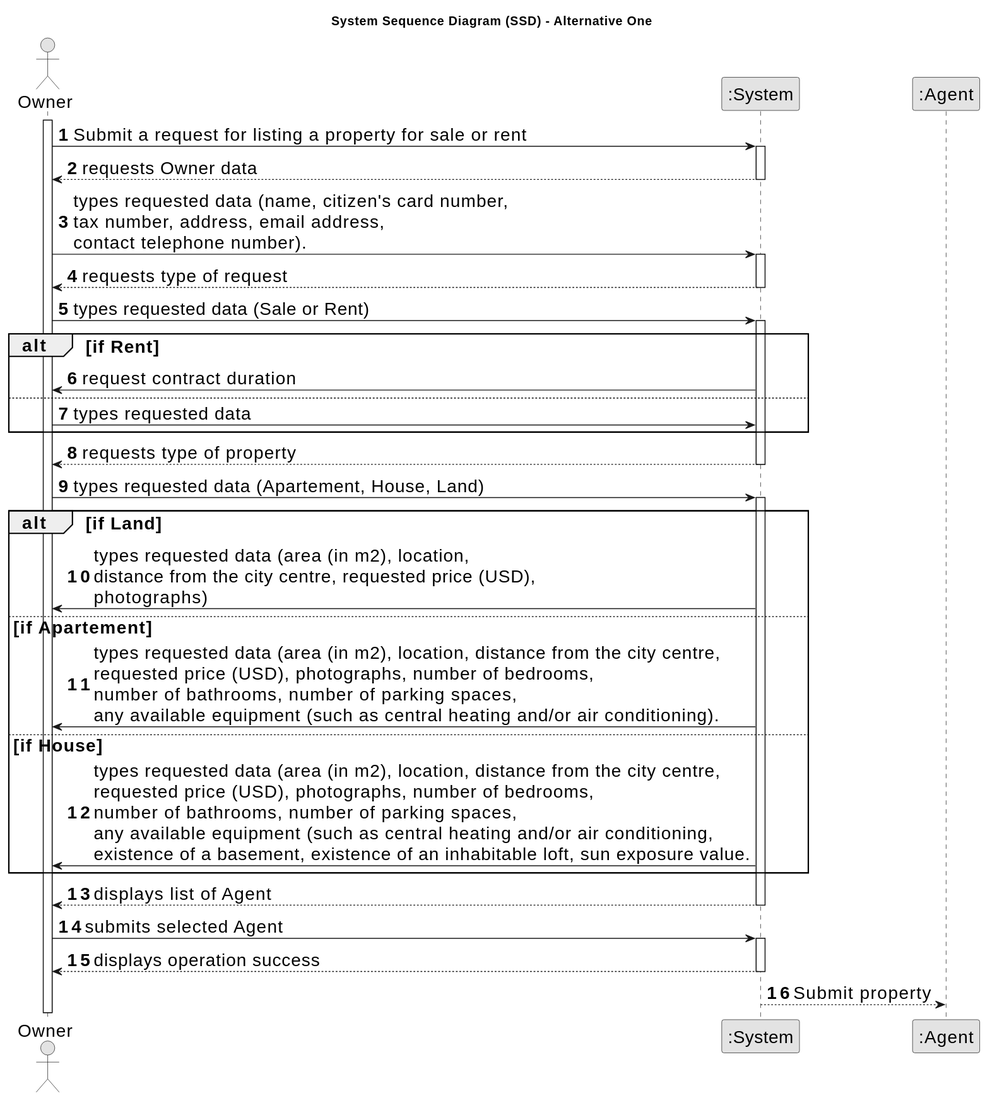
Before: docs/sprintA/us004/01.requirements-engineering/svg/us004-system-sequence-diagram-alternative-one.svg, a diagram exported from PlantUML (Goncalves2525/real-estate-management-system).
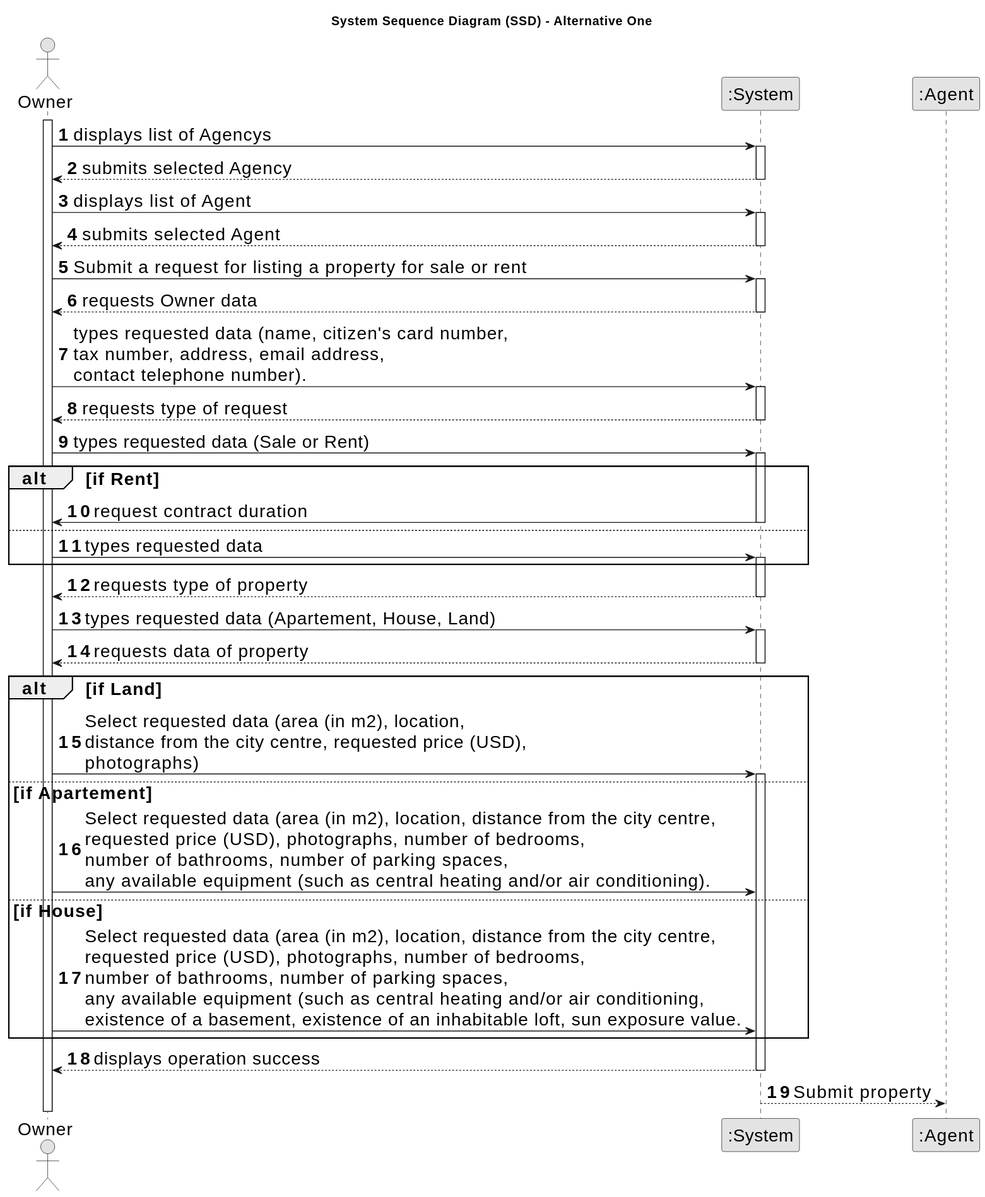
Later version of the same file.

Diff of the diagram source:
```diff
@@ -13,6 +13,18 @@
 participant ":Agent" as Agent
 
 activate Owner
+
+        Owner -> System : displays list of Agencys
+    activate System
+
+        System --> Owner :submits selected Agency
+    deactivate System
+
+        Owner -> System :displays list of Agent
+     activate System
+
+        System --> Owner: submits selected Agent
+     deactivate System
 
         Owner -> System : Submit a request for listing a property for sale or rent
     activate System
@@ -34,8 +46,10 @@
     alt if Rent
 
         System -> Owner: request contract duration
+        deactivate System
     else
         Owner -> System: types requested data
+        activate System
     end
 
         System --> Owner : requests type of property
@@ -44,20 +58,18 @@
         Owner -> System : types requested data (Apartement, House, Land)
     activate System
 
+            System --> Owner : requests data of property
+    deactivate System
+
     alt if Land
 
-        System -> Owner: types requested data (area (in m2), location, \ndistance from the city centre, requested price (USD), \nphotographs)
+        Owner -> System: Select requested data (area (in m2), location, \ndistance from the city centre, requested price (USD), \nphotographs)
+    activate System
     else if Apartement
-        System -> Owner: types requested data (area (in m2), location, distance from the city centre, \nrequested price (USD), photographs, number of bedrooms,\nnumber of bathrooms, number of parking spaces,\nany available equipment (such as central heating and/or air conditioning).
+        Owner -> System: Select requested data (area (in m2), location, distance from the city centre, \nrequested price (USD), photographs, number of bedrooms,\nnumber of bathrooms, number of parking spaces,\nany available equipment (such as central heating and/or air conditioning).
     else if House
-        System -> Owner: types requested data (area (in m2), location, distance from the city centre, \nrequested price (USD), photographs, number of bedrooms,\nnumber of bathrooms, number of parking spaces,\nany available equipment (such as central heating and/or air conditioning, \nexistence of a basement, existence of an inhabitable loft, sun exposure value.
+        Owner -> System: Select requested data (area (in m2), location, distance from the city centre, \nrequested price (USD), photographs, number of bedrooms,\nnumber of bathrooms, number of parking spaces,\nany available equipment (such as central heating and/or air conditioning, \nexistence of a basement, existence of an inhabitable loft, sun exposure value.
     end
-
-        System --> Owner :displays list of Agent
-    deactivate System
-
-        Owner -> System : submits selected Agent
-    activate System
 
         System --> Owner : displays operation success
     deactivate System
```
